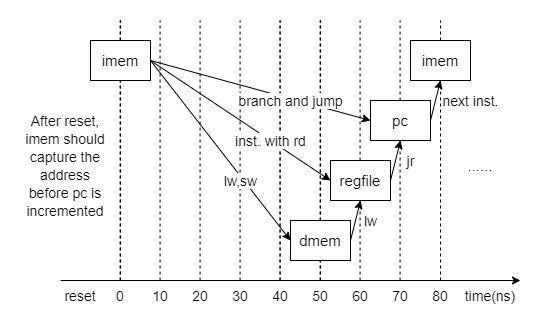
This is README.assets/timing.png from lgx98/ECE-550-Proj3, a draw.io export, as it was before one commit. Source tidied: cells renumbered, new cells last; positions are measured from the earlier drawing's top-left corner, leaving out a move shared by most shapes.
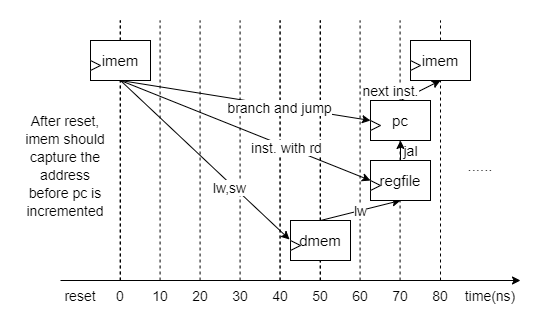
The same file after the commit.

Diff of the diagram source:
```diff
@@ -106,12 +106,10 @@
     <mxCell id="23" value="&lt;span style=&quot;font-size: 14px&quot;&gt;80&lt;/span&gt;" style="text;html=1;strokeColor=none;fillColor=none;align=center;verticalAlign=middle;whiteSpace=wrap;rounded=0;" parent="1" vertex="1">
       <mxGeometry x="400" y="260" width="40" height="30" as="geometry" />
     </mxCell>
-    <mxCell id="24" value="lw,sw" style="rounded=0;jettySize=auto;html=1;entryX=0;entryY=0.5;entryDx=0;entryDy=0;fontSize=14;" parent="1" edge="1" target="29">
-      <mxGeometry x="0.32" y="-3" relative="1" as="geometry">
-        <mxPoint x="130" y="40" as="sourcePoint" />
-      </mxGeometry>
+    <mxCell id="24" value="lw,sw" style="rounded=0;jettySize=auto;html=1;entryX=-0.097;entryY=-0.1;entryDx=0;entryDy=0;fontSize=14;exitX=0.5;exitY=1;exitDx=0;exitDy=0;entryPerimeter=0;" parent="1" edge="1" source="26" target="40">
+      <mxGeometry x="0.32" y="-3" relative="1" as="geometry" />
     </mxCell>
-    <mxCell id="25" value="inst. with rd" style="edgeStyle=none;rounded=0;jettySize=auto;html=1;exitX=1;exitY=0.5;exitDx=0;exitDy=0;entryX=0;entryY=0.5;entryDx=0;entryDy=0;fontSize=14;" parent="1" edge="1" source="26" target="31">
+    <mxCell id="25" value="inst. with rd" style="edgeStyle=none;rounded=0;jettySize=auto;html=1;exitX=0.5;exitY=1;exitDx=0;exitDy=0;entryX=0;entryY=0.5;entryDx=0;entryDy=0;fontSize=14;" parent="1" edge="1" source="26" target="31">
       <mxGeometry x="0.33" relative="1" as="geometry" />
     </mxCell>
     <mxCell id="26" value="&lt;font style=&quot;font-size: 15px&quot;&gt;imem&lt;/font&gt;" style="rounded=0;whiteSpace=wrap;html=1;fontSize=14;" parent="1" vertex="1">
@@ -120,26 +118,29 @@
     <mxCell id="27" value="&lt;font style=&quot;font-size: 15px&quot;&gt;imem&lt;/font&gt;" style="rounded=0;whiteSpace=wrap;html=1;fontSize=14;" parent="1" vertex="1">
       <mxGeometry x="390" y="20" width="60" height="40" as="geometry" />
     </mxCell>
-    <mxCell id="28" value="lw" style="edgeStyle=none;rounded=0;jettySize=auto;html=1;exitX=1;exitY=0.5;exitDx=0;exitDy=0;entryX=0.5;entryY=1;entryDx=0;entryDy=0;fontSize=14;" parent="1" edge="1" source="29" target="31">
-      <mxGeometry x="0.18" y="-15" relative="1" as="geometry" />
+    <mxCell id="28" value="lw" style="edgeStyle=none;rounded=0;jettySize=auto;html=1;exitX=0.5;exitY=0;exitDx=0;exitDy=0;entryX=0.5;entryY=1;entryDx=0;entryDy=0;fontSize=14;" parent="1" edge="1" source="29" target="31">
+      <mxGeometry relative="1" as="geometry" />
     </mxCell>
     <mxCell id="29" value="&lt;font style=&quot;font-size: 15px&quot;&gt;dmem&lt;/font&gt;" style="rounded=0;whiteSpace=wrap;html=1;fontSize=14;" parent="1" vertex="1">
       <mxGeometry x="270" y="200" width="60" height="40" as="geometry" />
     </mxCell>
-    <mxCell id="30" value="jr" style="edgeStyle=none;rounded=0;jettySize=auto;html=1;exitX=1;exitY=0.5;exitDx=0;exitDy=0;entryX=0.5;entryY=1;entryDx=0;entryDy=0;fontSize=14;" parent="1" edge="1" source="31" target="32">
-      <mxGeometry x="0.18" y="-15" relative="1" as="geometry" />
+    <mxCell id="30" value="jal" style="edgeStyle=none;rounded=0;jettySize=auto;html=1;exitX=0.5;exitY=0;exitDx=0;exitDy=0;entryX=0.5;entryY=1;entryDx=0;entryDy=0;fontSize=14;" parent="1" edge="1" source="31" target="32">
+      <mxGeometry y="-10" relative="1" as="geometry" />
     </mxCell>
     <mxCell id="31" value="&lt;font style=&quot;font-size: 15px&quot;&gt;regfile&lt;/font&gt;" style="rounded=0;whiteSpace=wrap;html=1;fontSize=14;" parent="1" vertex="1">
-      <mxGeometry x="310" y="140" width="60" height="40" as="geometry" />
+      <mxGeometry x="350" y="140" width="60" height="40" as="geometry" />
     </mxCell>
     <mxCell id="32" value="&lt;font style=&quot;font-size: 15px&quot;&gt;pc&lt;/font&gt;" style="rounded=0;whiteSpace=wrap;html=1;fontSize=14;" parent="1" vertex="1">
       <mxGeometry x="350" y="80" width="60" height="40" as="geometry" />
     </mxCell>
-    <mxCell id="33" value="branch and jump" style="rounded=0;jettySize=auto;html=1;entryX=0;entryY=0.5;entryDx=0;entryDy=0;fontSize=14;exitX=1;exitY=0.5;exitDx=0;exitDy=0;" parent="1" edge="1" source="26" target="32">
+    <mxCell id="33" value="branch and jump" style="rounded=0;jettySize=auto;html=1;entryX=0;entryY=0.5;entryDx=0;entryDy=0;fontSize=14;exitX=0.5;exitY=1;exitDx=0;exitDy=0;" parent="1" edge="1" source="26" target="32">
       <mxGeometry x="0.28" y="-2" relative="1" as="geometry" />
     </mxCell>
-    <mxCell id="34" value="next inst." style="edgeStyle=none;rounded=0;jettySize=auto;html=1;exitX=1;exitY=0.5;exitDx=0;exitDy=0;entryX=0.5;entryY=1;entryDx=0;entryDy=0;fontSize=14;" parent="1" edge="1" source="32" target="27">
-      <mxGeometry x="0.41" y="-34" relative="1" as="geometry" />
+    <mxCell id="34" value="next inst." style="edgeStyle=none;rounded=0;jettySize=auto;html=1;exitX=0.5;exitY=0;exitDx=0;exitDy=0;fontSize=14;" parent="1" edge="1" source="32">
+      <mxGeometry x="-1" y="14" relative="1" as="geometry">
+        <mxPoint x="420" y="60" as="targetPoint" />
+        <mxPoint x="-4" y="3" as="offset" />
+      </mxGeometry>
     </mxCell>
     <mxCell id="35" value="&lt;span style=&quot;font-size: 14px&quot;&gt;time(ns)&lt;br&gt;&lt;/span&gt;" style="text;html=1;strokeColor=none;fillColor=none;align=center;verticalAlign=middle;whiteSpace=wrap;rounded=0;" parent="1" vertex="1">
       <mxGeometry x="450" y="260" width="40" height="30" as="geometry" />
@@ -153,5 +154,20 @@
     <mxCell id="38" value="&lt;font style=&quot;font-size: 14px&quot;&gt;After reset, imem should capture the address before pc is incremented&lt;/font&gt;" style="text;html=1;strokeColor=none;fillColor=none;align=center;verticalAlign=middle;whiteSpace=wrap;rounded=0;fontSize=15;" parent="1" vertex="1">
       <mxGeometry y="80" width="90" height="130" as="geometry" />
     </mxCell>
+    <mxCell id="39" style="triangle;whiteSpace=wrap;html=1;" parent="1" vertex="1">
+      <mxGeometry x="70" y="40" width="10" height="10" as="geometry" />
+    </mxCell>
+    <mxCell id="40" style="triangle;whiteSpace=wrap;html=1;" parent="1" vertex="1">
+      <mxGeometry x="270" y="220" width="10" height="10" as="geometry" />
+    </mxCell>
+    <mxCell id="41" style="triangle;whiteSpace=wrap;html=1;" parent="1" vertex="1">
+      <mxGeometry x="350" y="160" width="10" height="10" as="geometry" />
+    </mxCell>
+    <mxCell id="42" style="triangle;whiteSpace=wrap;html=1;" parent="1" vertex="1">
+      <mxGeometry x="350" y="100" width="10" height="10" as="geometry" />
+    </mxCell>
+    <mxCell id="43" style="triangle;whiteSpace=wrap;html=1;" parent="1" vertex="1">
+      <mxGeometry x="390" y="40" width="10" height="10" as="geometry" />
+    </mxCell>
   </root>
 </mxGraphModel>
```
